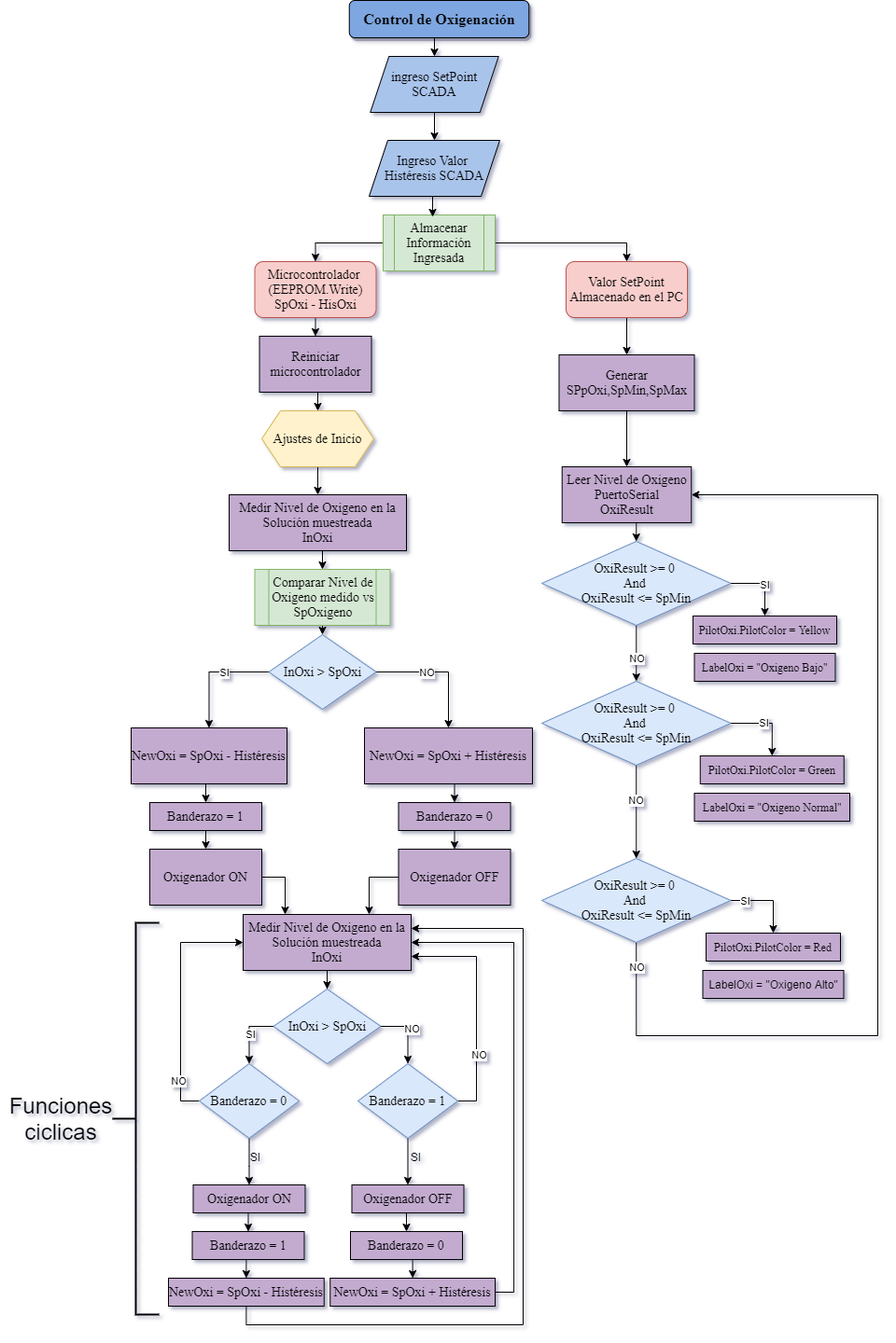
Before: DIAGRAMAS DE FLUJO/oxigeno/Untitled Diagram.png, a diagram exported from draw.io (CarlosFonseca97/SCADA_DIEGO). Source tidied: cells renumbered, new cells last; positions are measured from the earlier drawing's top-left corner, leaving out a move shared by most shapes.
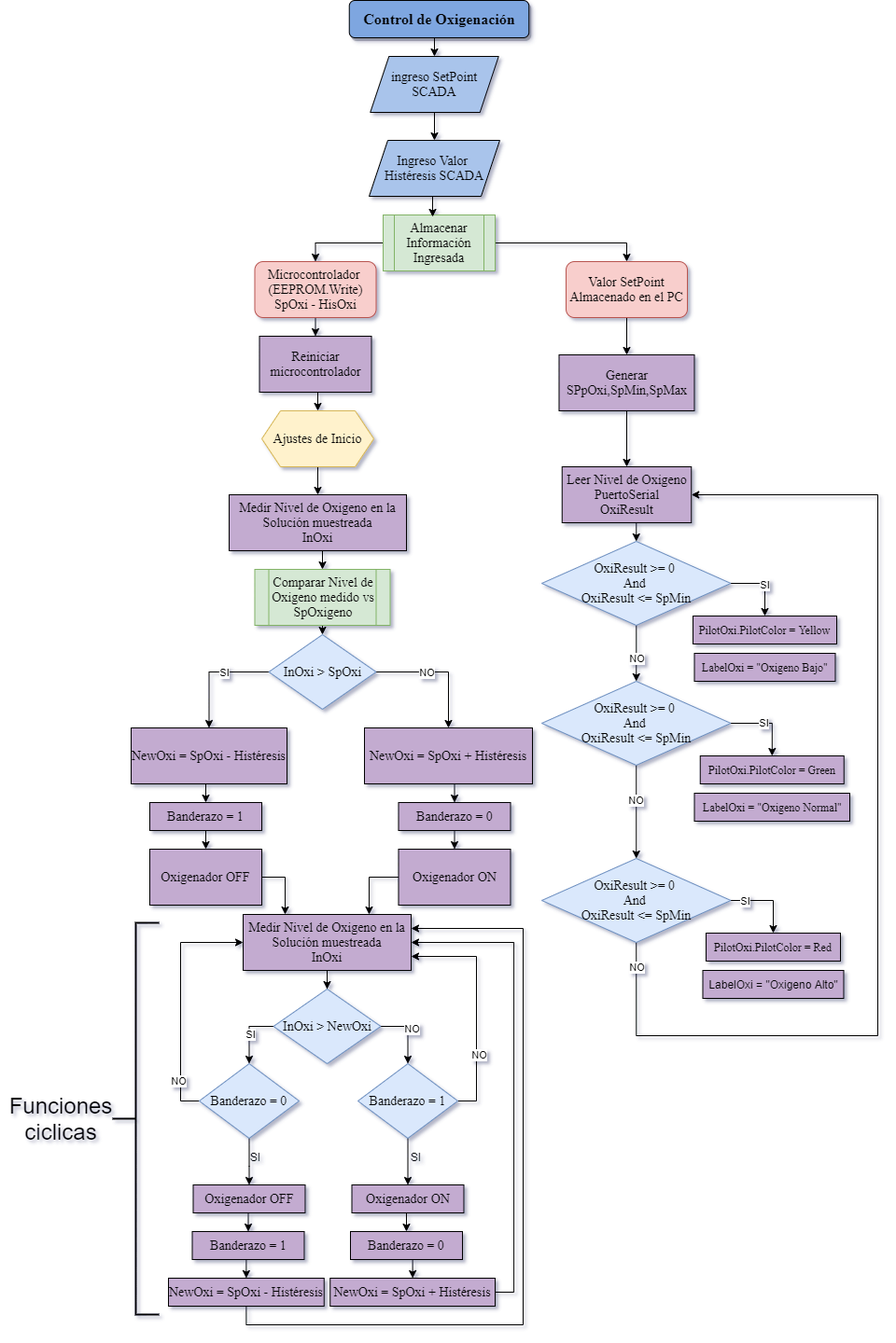
The same file after the commit.

The edit, as a diff of the source:
```diff
@@ -91,7 +91,7 @@
     <mxCell id="28" style="edgeStyle=orthogonalEdgeStyle;rounded=0;jettySize=auto;html=1;exitX=0;exitY=0.5;exitDx=0;exitDy=0;entryX=0.75;entryY=0;entryDx=0;entryDy=0;fontSize=12;fillColor=#C3ABD0;" parent="1" edge="1" source="29" target="41">
       <mxGeometry relative="1" as="geometry" />
     </mxCell>
-    <mxCell id="29" value="&lt;font style=&quot;font-size: 14px&quot; face=&quot;Times New Roman&quot;&gt;Oxigenador OFF&lt;/font&gt;" style="rounded=0;whiteSpace=wrap;html=1;fillColor=#C3ABD0;" parent="1" vertex="1">
+    <mxCell id="29" value="&lt;font style=&quot;font-size: 14px&quot; face=&quot;Times New Roman&quot;&gt;Oxigenador ON&lt;/font&gt;" style="rounded=0;whiteSpace=wrap;html=1;fillColor=#C3ABD0;" parent="1" vertex="1">
       <mxGeometry x="426.5" y="910" width="120" height="60" as="geometry" />
     </mxCell>
     <mxCell id="30" style="edgeStyle=orthogonalEdgeStyle;rounded=0;jettySize=auto;html=1;exitX=0.5;exitY=1;exitDx=0;exitDy=0;entryX=0.5;entryY=0;entryDx=0;entryDy=0;" parent="1" edge="1" source="31" target="35">
@@ -103,7 +103,7 @@
     <mxCell id="32" style="edgeStyle=orthogonalEdgeStyle;rounded=0;jettySize=auto;html=1;exitX=1;exitY=0.5;exitDx=0;exitDy=0;entryX=0.25;entryY=0;entryDx=0;entryDy=0;fontSize=12;fillColor=#C3ABD0;" parent="1" edge="1" source="33" target="41">
       <mxGeometry relative="1" as="geometry" />
     </mxCell>
-    <mxCell id="33" value="&lt;font style=&quot;font-size: 14px&quot; face=&quot;Times New Roman&quot;&gt;Oxigenador ON&lt;/font&gt;" style="rounded=0;whiteSpace=wrap;html=1;fillColor=#C3ABD0;" parent="1" vertex="1">
+    <mxCell id="33" value="&lt;font style=&quot;font-size: 14px&quot; face=&quot;Times New Roman&quot;&gt;Oxigenador OFF&lt;/font&gt;" style="rounded=0;whiteSpace=wrap;html=1;fillColor=#C3ABD0;" parent="1" vertex="1">
       <mxGeometry x="160" y="910" width="120" height="60" as="geometry" />
     </mxCell>
     <mxCell id="34" style="edgeStyle=orthogonalEdgeStyle;rounded=0;jettySize=auto;html=1;exitX=0.5;exitY=1;exitDx=0;exitDy=0;entryX=0.5;entryY=0;entryDx=0;entryDy=0;fontSize=12;fillColor=#C3ABD0;" parent="1" edge="1" source="35" target="33">
@@ -142,7 +142,7 @@
     <mxCell id="45" value="NO" style="edgeLabel;html=1;align=center;verticalAlign=middle;" parent="44" vertex="1">
       <mxGeometry x="-0.1" y="4" relative="1" as="geometry" />
     </mxCell>
-    <mxCell id="46" value="&lt;font face=&quot;Times New Roman&quot; style=&quot;font-size: 14px&quot;&gt;InOxi &amp;gt; SpOxi&lt;/font&gt;" style="rhombus;whiteSpace=wrap;html=1;strokeColor=#6c8ebf;fillColor=#dae8fc;" parent="1" vertex="1">
+    <mxCell id="46" value="&lt;font face=&quot;Times New Roman&quot; style=&quot;font-size: 14px&quot;&gt;InOxi &amp;gt; NewOxi&lt;/font&gt;" style="rhombus;whiteSpace=wrap;html=1;strokeColor=#6c8ebf;fillColor=#dae8fc;" parent="1" vertex="1">
       <mxGeometry x="292.5" y="1060" width="115" height="80" as="geometry" />
     </mxCell>
     <mxCell id="47" style="edgeStyle=orthogonalEdgeStyle;rounded=0;jettySize=auto;html=1;exitX=0;exitY=0.5;exitDx=0;exitDy=0;entryX=0;entryY=0.5;entryDx=0;entryDy=0;" parent="1" edge="1" source="50" target="41">
@@ -179,13 +179,13 @@
     <mxCell id="55" style="edgeStyle=orthogonalEdgeStyle;rounded=0;jettySize=auto;html=1;exitX=0.5;exitY=1;exitDx=0;exitDy=0;entryX=0.5;entryY=0;entryDx=0;entryDy=0;fontSize=12;fillColor=#C3ABD0;" parent="1" edge="1" source="56" target="60">
       <mxGeometry relative="1" as="geometry" />
     </mxCell>
-    <mxCell id="56" value="&lt;font face=&quot;Times New Roman&quot; style=&quot;font-size: 14px&quot;&gt;Oxigenador ON&lt;/font&gt;" style="rounded=0;whiteSpace=wrap;html=1;fillColor=#C3ABD0;" parent="1" vertex="1">
+    <mxCell id="56" value="&lt;font face=&quot;Times New Roman&quot; style=&quot;font-size: 14px&quot;&gt;Oxigenador OFF&lt;/font&gt;" style="rounded=0;whiteSpace=wrap;html=1;fillColor=#C3ABD0;" parent="1" vertex="1">
       <mxGeometry x="206.5" y="1270" width="120" height="30" as="geometry" />
     </mxCell>
     <mxCell id="57" style="edgeStyle=orthogonalEdgeStyle;rounded=0;jettySize=auto;html=1;exitX=0.5;exitY=1;exitDx=0;exitDy=0;entryX=0.5;entryY=0;entryDx=0;entryDy=0;fontSize=12;fillColor=#C3ABD0;" parent="1" edge="1" source="58" target="62">
       <mxGeometry relative="1" as="geometry" />
     </mxCell>
-    <mxCell id="58" value="&lt;font face=&quot;Times New Roman&quot; style=&quot;font-size: 14px&quot;&gt;Oxigenador OFF&lt;/font&gt;" style="rounded=0;whiteSpace=wrap;html=1;fillColor=#C3ABD0;" parent="1" vertex="1">
+    <mxCell id="58" value="&lt;font face=&quot;Times New Roman&quot; style=&quot;font-size: 14px&quot;&gt;Oxigenador ON&lt;/font&gt;" style="rounded=0;whiteSpace=wrap;html=1;fillColor=#C3ABD0;" parent="1" vertex="1">
       <mxGeometry x="376.5" y="1270" width="120" height="30" as="geometry" />
     </mxCell>
     <mxCell id="59" style="edgeStyle=orthogonalEdgeStyle;rounded=0;jettySize=auto;html=1;exitX=0.5;exitY=1;exitDx=0;exitDy=0;entryX=0.5;entryY=0;entryDx=0;entryDy=0;fontSize=12;fillColor=#C3ABD0;" parent="1" edge="1" source="60" target="64">
```
